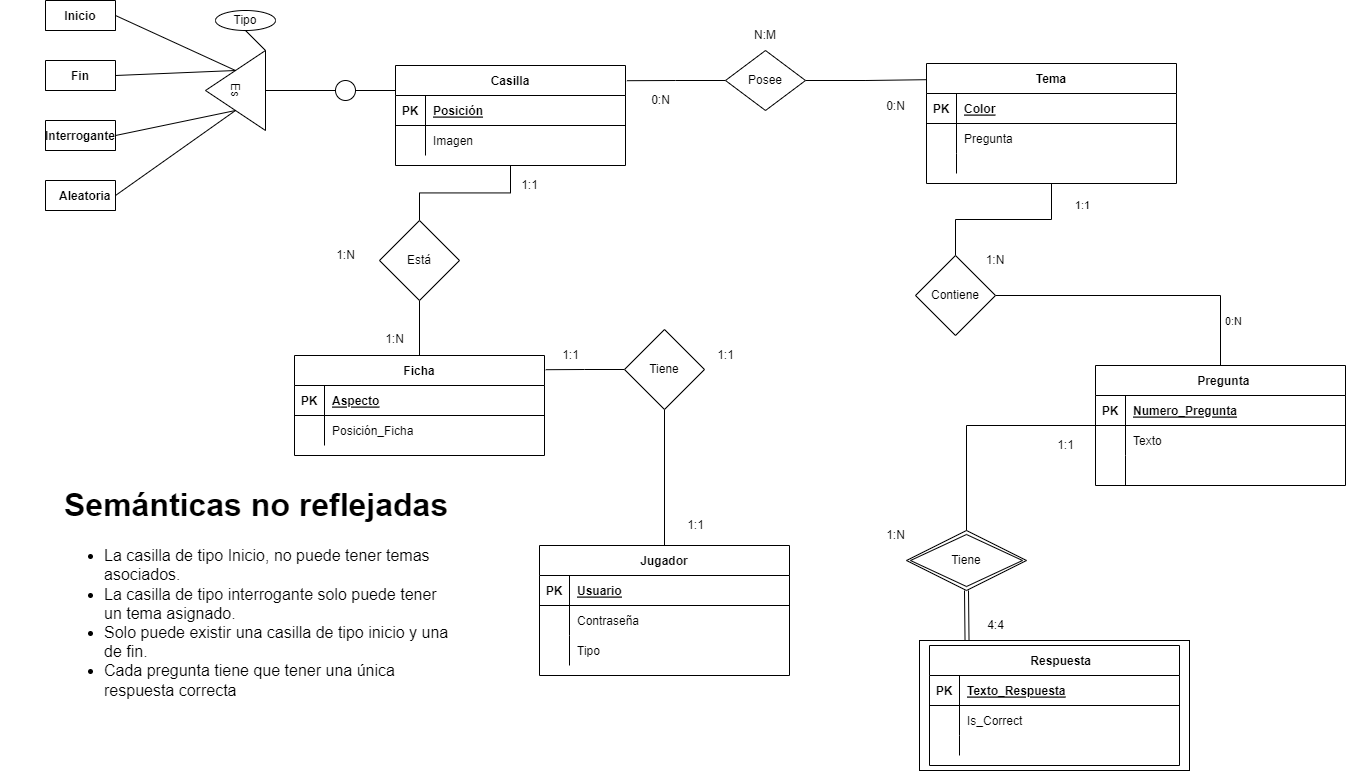
This is docs/DiagramaER.drawio.png from IBohorquezP/Trivial, a draw.io export, as it was before one commit. Source tidied: cells renumbered, new cells last; positions are measured from the earlier drawing's top-left corner, leaving out a move shared by most shapes.
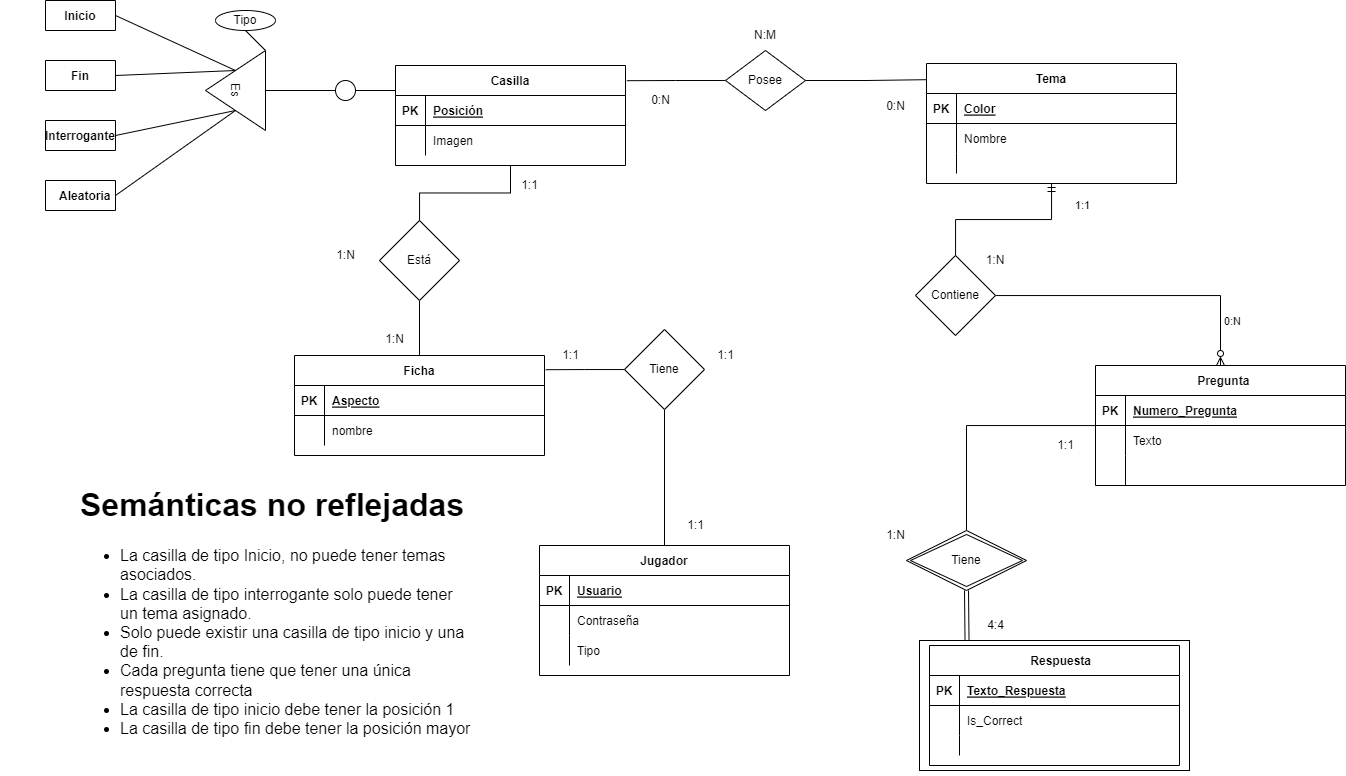
Later version of the same file.

Change to the diagram source:
```diff
@@ -2,7 +2,7 @@
   <root>
     <mxCell id="0" />
     <mxCell id="1" parent="0" />
-    <mxCell id="2" style="edgeStyle=orthogonalEdgeStyle;rounded=0;jettySize=auto;html=1;endArrow=none;endFill=0;" parent="1" edge="1" source="4" target="27">
+    <mxCell id="2" style="edgeStyle=orthogonalEdgeStyle;rounded=0;jettySize=auto;html=1;endArrow=none;endFill=0;startArrow=ERmandOne;startFill=0;" parent="1" edge="1" source="4" target="27">
       <mxGeometry relative="1" as="geometry" />
     </mxCell>
     <mxCell id="3" value="1:1" style="edgeLabel;html=1;align=center;verticalAlign=middle;" parent="2" vertex="1">
@@ -28,7 +28,7 @@
     <mxCell id="9" style="shape=partialRectangle;overflow=hidden;fillColor=none;top=0;left=0;bottom=0;right=0;" parent="8" vertex="1">
       <mxGeometry width="30" height="30" as="geometry" />
     </mxCell>
-    <mxCell id="10" value="Pregunta" style="shape=partialRectangle;overflow=hidden;fillColor=none;top=0;left=0;bottom=0;right=0;align=left;spacingLeft=6;" parent="8" vertex="1">
+    <mxCell id="10" value="Nombre" style="shape=partialRectangle;overflow=hidden;fillColor=none;top=0;left=0;bottom=0;right=0;align=left;spacingLeft=6;" parent="8" vertex="1">
       <mxGeometry x="30" width="220" height="30" as="geometry" />
     </mxCell>
     <mxCell id="11" style="shape=partialRectangle;fillColor=none;top=0;left=0;right=0;bottom=0;" parent="4" vertex="1">
@@ -73,7 +73,7 @@
     <mxCell id="24" value="Posee" style="rhombus;whiteSpace=wrap;html=1;" parent="1" vertex="1">
       <mxGeometry x="725" y="50" width="80" height="60" as="geometry" />
     </mxCell>
-    <mxCell id="25" style="edgeStyle=orthogonalEdgeStyle;rounded=0;jettySize=auto;html=1;entryX=0.5;entryY=0;entryDx=0;entryDy=0;endArrow=none;endFill=0;" parent="1" edge="1" source="27" target="51">
+    <mxCell id="25" style="edgeStyle=orthogonalEdgeStyle;rounded=0;jettySize=auto;html=1;entryX=0.5;entryY=0;entryDx=0;entryDy=0;endArrow=ERzeroToMany;endFill=0;" parent="1" edge="1" source="27" target="51">
       <mxGeometry relative="1" as="geometry" />
     </mxCell>
     <mxCell id="26" value="0:N" style="edgeLabel;html=1;align=center;verticalAlign=middle;" parent="25" vertex="1">
@@ -114,7 +114,7 @@
     <mxCell id="37" style="shape=partialRectangle;overflow=hidden;fillColor=none;top=0;left=0;bottom=0;right=0;" parent="36" vertex="1">
       <mxGeometry width="30" height="30" as="geometry" />
     </mxCell>
-    <mxCell id="38" value="Posición_Ficha" style="shape=partialRectangle;overflow=hidden;fillColor=none;top=0;left=0;bottom=0;right=0;align=left;spacingLeft=6;" parent="36" vertex="1">
+    <mxCell id="38" value="nombre" style="shape=partialRectangle;overflow=hidden;fillColor=none;top=0;left=0;bottom=0;right=0;align=left;spacingLeft=6;" parent="36" vertex="1">
       <mxGeometry x="30" width="220" height="30" as="geometry" />
     </mxCell>
     <mxCell id="39" style="edgeStyle=orthogonalEdgeStyle;rounded=0;jettySize=auto;html=1;entryX=0.5;entryY=1;entryDx=0;entryDy=0;fontFamily=Helvetica;fontSize=12;fontColor=default;endArrow=none;endFill=0;startSize=30;" parent="1" edge="1" source="40" target="75">
@@ -311,8 +311,8 @@
     <mxCell id="100" value="N:M" style="text;html=1;strokeColor=none;fillColor=none;align=center;verticalAlign=middle;whiteSpace=wrap;rounded=0;" parent="1" vertex="1">
       <mxGeometry x="745" y="20" width="40" height="30" as="geometry" />
     </mxCell>
-    <mxCell id="101" value="&lt;h1&gt;Semánticas no reflejadas&lt;/h1&gt;&lt;ul&gt;&lt;li&gt;&lt;span&gt;La casilla de tipo Inicio, no puede tener temas asociados.&lt;/span&gt;&lt;/li&gt;&lt;li&gt;La casilla de tipo interrogante solo puede tener un tema asignado.&lt;/li&gt;&lt;li&gt;Solo puede existir una casilla de tipo inicio y una de fin.&lt;/li&gt;&lt;li&gt;Cada pregunta tiene que tener una única respuesta correcta&amp;nbsp;&lt;/li&gt;&lt;/ul&gt;" style="text;html=1;strokeColor=none;fillColor=none;spacing=5;spacingTop=-20;whiteSpace=wrap;overflow=hidden;rounded=0;labelBorderColor=none;fontFamily=Helvetica;fontSize=16;fontColor=default;startSize=30;" parent="1" vertex="1">
-      <mxGeometry x="59" y="475" width="400" height="285" as="geometry" />
+    <mxCell id="101" value="&lt;h1&gt;Semánticas no reflejadas&lt;/h1&gt;&lt;ul&gt;&lt;li&gt;&lt;span&gt;La casilla de tipo Inicio, no puede tener temas asociados.&lt;/span&gt;&lt;/li&gt;&lt;li&gt;La casilla de tipo interrogante solo puede tener un tema asignado.&lt;/li&gt;&lt;li&gt;Solo puede existir una casilla de tipo inicio y una de fin.&lt;/li&gt;&lt;li&gt;Cada pregunta tiene que tener una única respuesta correcta&amp;nbsp;&lt;/li&gt;&lt;li&gt;La casilla de tipo inicio debe tener la posición 1&lt;/li&gt;&lt;li&gt;La casilla de tipo fin debe tener la posición mayor&lt;/li&gt;&lt;/ul&gt;" style="text;html=1;strokeColor=none;fillColor=none;spacing=5;spacingTop=-20;whiteSpace=wrap;overflow=hidden;rounded=0;labelBorderColor=none;fontFamily=Helvetica;fontSize=16;fontColor=default;startSize=30;" parent="1" vertex="1">
+      <mxGeometry x="75" y="475" width="400" height="285" as="geometry" />
     </mxCell>
     <mxCell id="102" value="1:N" style="text;html=1;align=center;verticalAlign=middle;strokeColor=none;fillColor=none;" parent="1" vertex="1">
       <mxGeometry x="330" y="245" width="30" height="20" as="geometry" />
```
